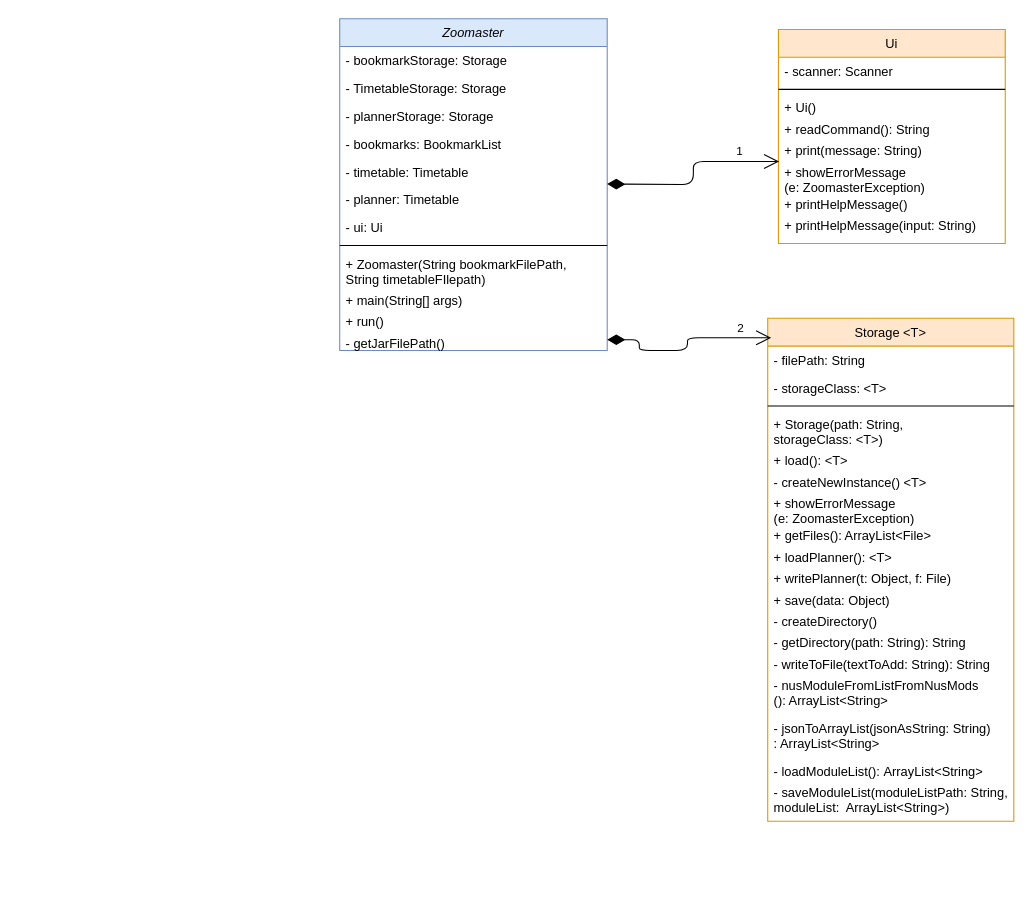
This is docs/Untitled Diagram.drawio from Speedweener/ip, a draw.io file, before an edit. Source tidied: cells renumbered, new cells numbered last; positions are measured from the earlier drawing's top-left corner, leaving out a move shared by most shapes. Both pictures are drawn from the tidied source at 107%, with x=0, y=0 at pixel (339, 18).
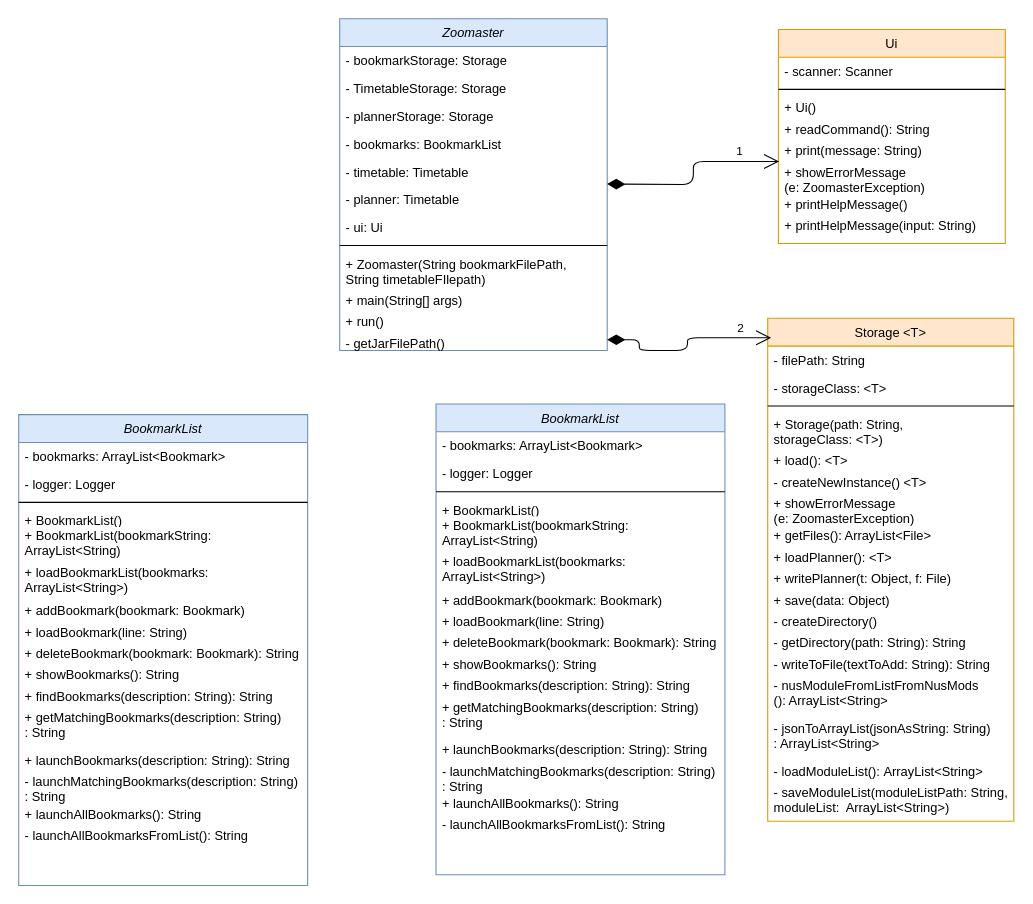
After the change.

The edit, as a diff of the source:
```diff
@@
+    <mxCell id="45" value="BookmarkList" style="swimlane;fontStyle=2;align=center;verticalAlign=top;horizontal=1;startSize=26;rounded=0;shadow=0;strokeWidth=1;fillColor=#dae8fc;strokeColor=#6c8ebf;" parent="1" vertex="1">
+      <mxGeometry x="90" y="360" width="270" height="440" as="geometry" />
+    </mxCell>
+    <mxCell id="46" value="- bookmarks: ArrayList&lt;Bookmark&gt;" style="text;align=left;verticalAlign=top;spacingLeft=4;spacingRight=4;overflow=hidden;" parent="45" vertex="1">
+      <mxGeometry y="26" width="270" height="26" as="geometry" />
+    </mxCell>
+    <mxCell id="47" value="- logger: Logger" style="text;align=left;verticalAlign=top;spacingLeft=4;spacingRight=4;overflow=hidden;rounded=0;shadow=0;html=0;" parent="45" vertex="1">
+      <mxGeometry y="52" width="270" height="26" as="geometry" />
+    </mxCell>
+    <mxCell id="48" style="line;html=1;strokeWidth=1;align=left;verticalAlign=middle;spacingTop=-1;spacingLeft=3;spacingRight=3;labelPosition=right;" parent="45" vertex="1">
+      <mxGeometry y="78" width="270" height="8" as="geometry" />
+    </mxCell>
+    <mxCell id="49" value="+ BookmarkList()" style="text;align=left;verticalAlign=top;spacingLeft=4;spacingRight=4;overflow=hidden;" parent="45" vertex="1">
+      <mxGeometry y="86" width="270" height="14" as="geometry" />
+    </mxCell>
+    <mxCell id="50" value="+ BookmarkList(bookmarkString: &#10;ArrayList&lt;String)" style="text;align=left;verticalAlign=top;spacingLeft=4;spacingRight=4;overflow=hidden;" parent="45" vertex="1">
+      <mxGeometry y="100" width="270" height="34" as="geometry" />
+    </mxCell>
+    <mxCell id="51" value="+ loadBookmarkList(bookmarks: &#10;ArrayList&lt;String&gt;)" style="text;align=left;verticalAlign=top;spacingLeft=4;spacingRight=4;overflow=hidden;" parent="45" vertex="1">
+      <mxGeometry y="134" width="270" height="36" as="geometry" />
+    </mxCell>
+    <mxCell id="52" value="+ addBookmark(bookmark: Bookmark)" style="text;align=left;verticalAlign=top;spacingLeft=4;spacingRight=4;overflow=hidden;" parent="45" vertex="1">
+      <mxGeometry y="170" width="270" height="20" as="geometry" />
+    </mxCell>
+    <mxCell id="53" value="+ loadBookmark(line: String)" style="text;align=left;verticalAlign=top;spacingLeft=4;spacingRight=4;overflow=hidden;" parent="45" vertex="1">
+      <mxGeometry y="190" width="270" height="20" as="geometry" />
+    </mxCell>
+    <mxCell id="54" value="+ deleteBookmark(bookmark: Bookmark): String" style="text;align=left;verticalAlign=top;spacingLeft=4;spacingRight=4;overflow=hidden;" parent="45" vertex="1">
+      <mxGeometry y="210" width="270" height="20" as="geometry" />
+    </mxCell>
+    <mxCell id="55" value="+ showBookmarks(): String" style="text;align=left;verticalAlign=top;spacingLeft=4;spacingRight=4;overflow=hidden;" parent="45" vertex="1">
+      <mxGeometry y="230" width="270" height="20" as="geometry" />
+    </mxCell>
+    <mxCell id="56" value="+ findBookmarks(description: String): String" style="text;align=left;verticalAlign=top;spacingLeft=4;spacingRight=4;overflow=hidden;" parent="45" vertex="1">
+      <mxGeometry y="250" width="270" height="20" as="geometry" />
+    </mxCell>
+    <mxCell id="57" value="+ getMatchingBookmarks(description: String)&#10;: String" style="text;align=left;verticalAlign=top;spacingLeft=4;spacingRight=4;overflow=hidden;" parent="45" vertex="1">
+      <mxGeometry y="270" width="270" height="40" as="geometry" />
+    </mxCell>
+    <mxCell id="58" value="+ launchBookmarks(description: String): String" style="text;align=left;verticalAlign=top;spacingLeft=4;spacingRight=4;overflow=hidden;" parent="45" vertex="1">
+      <mxGeometry y="310" width="270" height="20" as="geometry" />
+    </mxCell>
+    <mxCell id="59" value="- launchMatchingBookmarks(description: String)&#10;: String" style="text;align=left;verticalAlign=top;spacingLeft=4;spacingRight=4;overflow=hidden;" parent="45" vertex="1">
+      <mxGeometry y="330" width="270" height="30" as="geometry" />
+    </mxCell>
+    <mxCell id="60" value="+ launchAllBookmarks(): String" style="text;align=left;verticalAlign=top;spacingLeft=4;spacingRight=4;overflow=hidden;" parent="45" vertex="1">
+      <mxGeometry y="360" width="270" height="20" as="geometry" />
+    </mxCell>
+    <mxCell id="61" value="- launchAllBookmarksFromList(): String" style="text;align=left;verticalAlign=top;spacingLeft=4;spacingRight=4;overflow=hidden;" parent="45" vertex="1">
+      <mxGeometry y="380" width="270" height="20" as="geometry" />
+    </mxCell>
+    <mxCell id="62" value="BookmarkList" style="swimlane;fontStyle=2;align=center;verticalAlign=top;horizontal=1;startSize=26;rounded=0;shadow=0;strokeWidth=1;fillColor=#dae8fc;strokeColor=#6c8ebf;" parent="1" vertex="1">
+      <mxGeometry x="-300" y="370" width="270" height="440" as="geometry" />
+    </mxCell>
+    <mxCell id="63" value="- bookmarks: ArrayList&lt;Bookmark&gt;" style="text;align=left;verticalAlign=top;spacingLeft=4;spacingRight=4;overflow=hidden;" parent="62" vertex="1">
+      <mxGeometry y="26" width="270" height="26" as="geometry" />
+    </mxCell>
+    <mxCell id="64" value="- logger: Logger" style="text;align=left;verticalAlign=top;spacingLeft=4;spacingRight=4;overflow=hidden;rounded=0;shadow=0;html=0;" parent="62" vertex="1">
+      <mxGeometry y="52" width="270" height="26" as="geometry" />
+    </mxCell>
+    <mxCell id="65" style="line;html=1;strokeWidth=1;align=left;verticalAlign=middle;spacingTop=-1;spacingLeft=3;spacingRight=3;labelPosition=right;" parent="62" vertex="1">
+      <mxGeometry y="78" width="270" height="8" as="geometry" />
+    </mxCell>
+    <mxCell id="66" value="+ BookmarkList()" style="text;align=left;verticalAlign=top;spacingLeft=4;spacingRight=4;overflow=hidden;" parent="62" vertex="1">
+      <mxGeometry y="86" width="270" height="14" as="geometry" />
+    </mxCell>
+    <mxCell id="67" value="+ BookmarkList(bookmarkString: &#10;ArrayList&lt;String)" style="text;align=left;verticalAlign=top;spacingLeft=4;spacingRight=4;overflow=hidden;" parent="62" vertex="1">
+      <mxGeometry y="100" width="270" height="34" as="geometry" />
+    </mxCell>
+    <mxCell id="68" value="+ loadBookmarkList(bookmarks: &#10;ArrayList&lt;String&gt;)" style="text;align=left;verticalAlign=top;spacingLeft=4;spacingRight=4;overflow=hidden;" parent="62" vertex="1">
+      <mxGeometry y="134" width="270" height="36" as="geometry" />
+    </mxCell>
+    <mxCell id="69" value="+ addBookmark(bookmark: Bookmark)" style="text;align=left;verticalAlign=top;spacingLeft=4;spacingRight=4;overflow=hidden;" parent="62" vertex="1">
+      <mxGeometry y="170" width="270" height="20" as="geometry" />
+    </mxCell>
+    <mxCell id="70" value="+ loadBookmark(line: String)" style="text;align=left;verticalAlign=top;spacingLeft=4;spacingRight=4;overflow=hidden;" parent="62" vertex="1">
+      <mxGeometry y="190" width="270" height="20" as="geometry" />
+    </mxCell>
+    <mxCell id="71" value="+ deleteBookmark(bookmark: Bookmark): String" style="text;align=left;verticalAlign=top;spacingLeft=4;spacingRight=4;overflow=hidden;" parent="62" vertex="1">
+      <mxGeometry y="210" width="270" height="20" as="geometry" />
+    </mxCell>
+    <mxCell id="72" value="+ showBookmarks(): String" style="text;align=left;verticalAlign=top;spacingLeft=4;spacingRight=4;overflow=hidden;" parent="62" vertex="1">
+      <mxGeometry y="230" width="270" height="20" as="geometry" />
+    </mxCell>
+    <mxCell id="73" value="+ findBookmarks(description: String): String" style="text;align=left;verticalAlign=top;spacingLeft=4;spacingRight=4;overflow=hidden;" parent="62" vertex="1">
+      <mxGeometry y="250" width="270" height="20" as="geometry" />
+    </mxCell>
+    <mxCell id="74" value="+ getMatchingBookmarks(description: String)&#10;: String" style="text;align=left;verticalAlign=top;spacingLeft=4;spacingRight=4;overflow=hidden;" parent="62" vertex="1">
+      <mxGeometry y="270" width="270" height="40" as="geometry" />
+    </mxCell>
+    <mxCell id="75" value="+ launchBookmarks(description: String): String" style="text;align=left;verticalAlign=top;spacingLeft=4;spacingRight=4;overflow=hidden;" parent="62" vertex="1">
+      <mxGeometry y="310" width="270" height="20" as="geometry" />
+    </mxCell>
+    <mxCell id="76" value="- launchMatchingBookmarks(description: String)&#10;: String" style="text;align=left;verticalAlign=top;spacingLeft=4;spacingRight=4;overflow=hidden;" parent="62" vertex="1">
+      <mxGeometry y="330" width="270" height="30" as="geometry" />
+    </mxCell>
+    <mxCell id="77" value="+ launchAllBookmarks(): String" style="text;align=left;verticalAlign=top;spacingLeft=4;spacingRight=4;overflow=hidden;" parent="62" vertex="1">
+      <mxGeometry y="360" width="270" height="20" as="geometry" />
+    </mxCell>
+    <mxCell id="78" value="- launchAllBookmarksFromList(): String" style="text;align=left;verticalAlign=top;spacingLeft=4;spacingRight=4;overflow=hidden;" parent="62" vertex="1">
+      <mxGeometry y="380" width="270" height="20" as="geometry" />
+    </mxCell>
```
